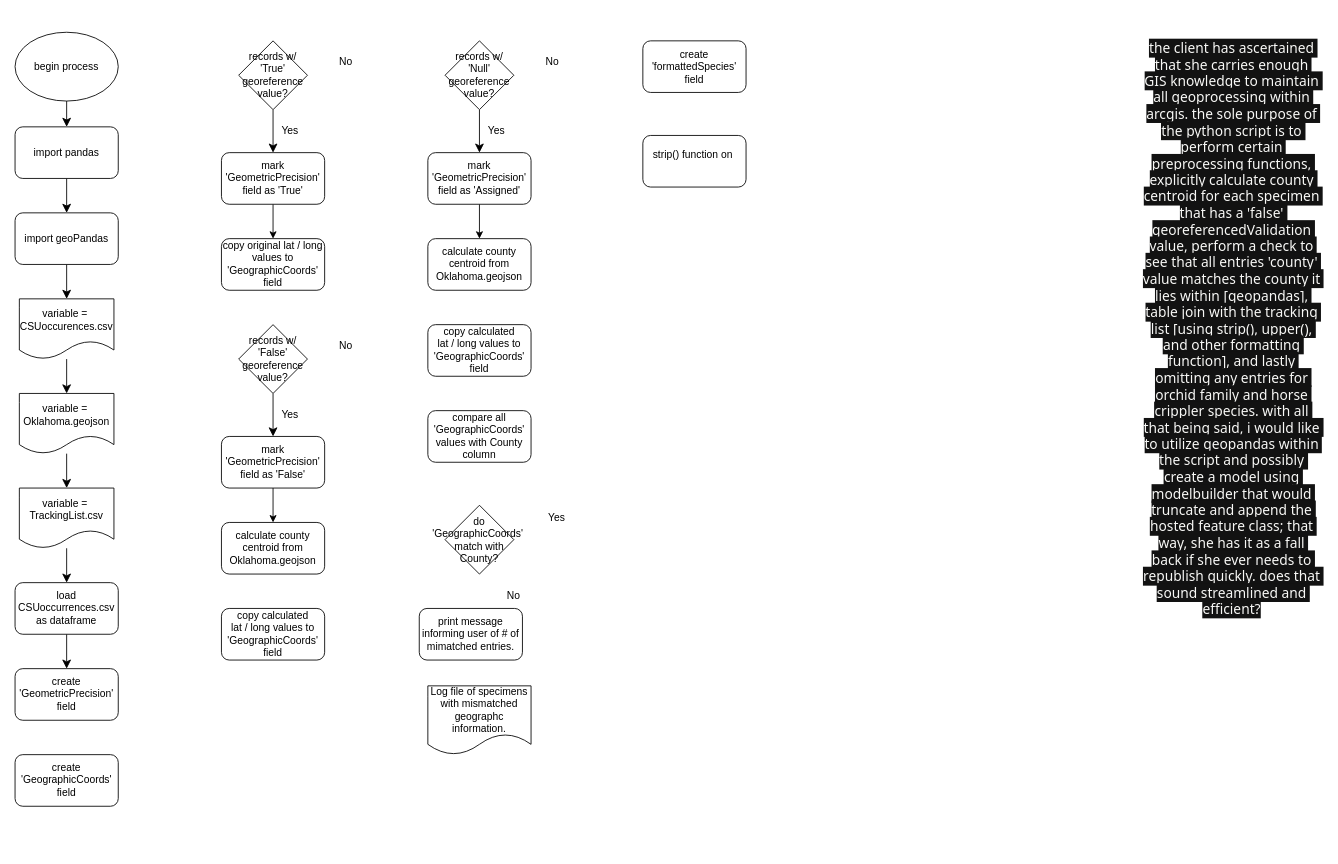
Above: docs/wrightCapstoneFlowchart.drawio in Mwright710788/CapstoneFiles (draw.io), before the change. Source tidied: cells renumbered, new cells numbered last; positions are measured from the earlier drawing's top-left corner, leaving out a move shared by most shapes. Both pictures are drawn from the tidied source at 86%, with x=0, y=0 at pixel (15, 15).
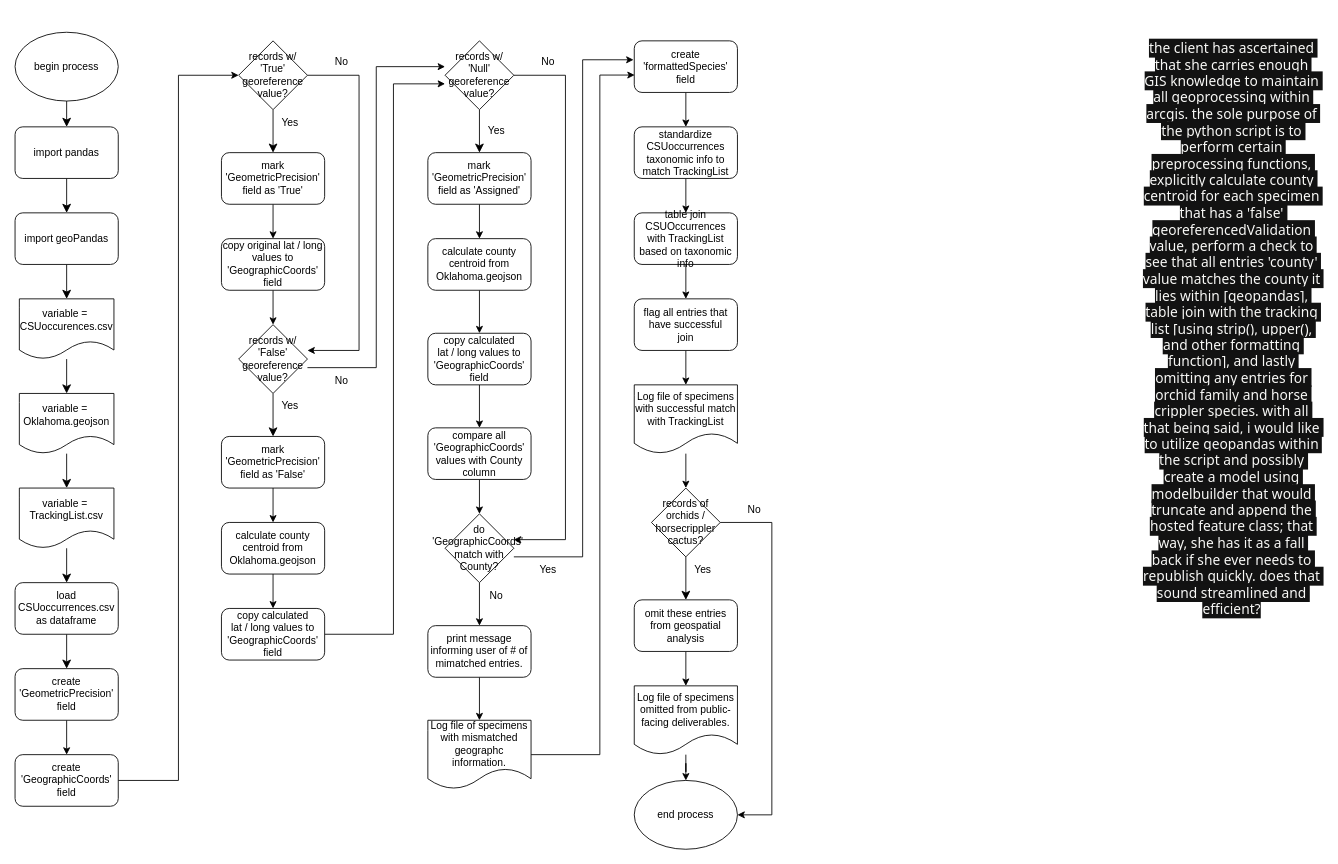
Above is the later version.

The change refers to these unchanged cells:
```xml
<mxCell id="13" value="records w/&lt;div&gt;'True'&lt;/div&gt;&lt;div&gt;georeference&lt;/div&gt;&lt;div&gt;value?&lt;/div&gt;" style="rhombus;whiteSpace=wrap;html=1;" parent="1" vertex="1">
  <mxGeometry x="260" y="30" width="80" height="80" as="geometry" />
</mxCell>
<mxCell id="22" value="create&lt;div&gt;'GeometricPrecision'&lt;/div&gt;&lt;div&gt;field&lt;/div&gt;" style="rounded=1;whiteSpace=wrap;html=1;" parent="1" vertex="1">
  <mxGeometry y="760" width="120" height="60" as="geometry" />
</mxCell>
<mxCell id="23" value="create&lt;div&gt;'GeographicCoords'&lt;/div&gt;&lt;div&gt;field&lt;/div&gt;" style="rounded=1;whiteSpace=wrap;html=1;" parent="1" vertex="1">
  <mxGeometry y="860" width="120" height="60" as="geometry" />
</mxCell>
<mxCell id="24" value="copy original lat / long&lt;div&gt;values to&lt;/div&gt;&lt;div&gt;'GeographicCoords'&lt;/div&gt;&lt;div&gt;field&lt;/div&gt;" style="rounded=1;whiteSpace=wrap;html=1;" parent="1" vertex="1">
  <mxGeometry x="240" y="260" width="120" height="60" as="geometry" />
</mxCell>
<mxCell id="26" value="records w/&lt;div&gt;'False'&lt;/div&gt;&lt;div&gt;georeference&lt;/div&gt;&lt;div&gt;value?&lt;/div&gt;" style="rhombus;whiteSpace=wrap;html=1;" parent="1" vertex="1">
  <mxGeometry x="260" y="360" width="80" height="80" as="geometry" />
</mxCell>
<mxCell id="31" value="calculate county centroid from Oklahoma.geojson" style="rounded=1;whiteSpace=wrap;html=1;" parent="1" vertex="1">
  <mxGeometry x="240" y="590" width="120" height="60" as="geometry" />
</mxCell>
<mxCell id="32" value="copy calculated&lt;div&gt;lat / long&amp;nbsp;&lt;span style=&quot;background-color: transparent; color: light-dark(rgb(0, 0, 0), rgb(255, 255, 255));&quot;&gt;values to&lt;/span&gt;&lt;div&gt;'GeographicCoords'&lt;/div&gt;&lt;div&gt;field&lt;/div&gt;&lt;/div&gt;" style="rounded=1;whiteSpace=wrap;html=1;" parent="1" vertex="1">
  <mxGeometry x="240" y="690" width="120" height="60" as="geometry" />
</mxCell>
<mxCell id="34" value="records w/&lt;div&gt;'Null'&lt;/div&gt;&lt;div&gt;georeference&lt;/div&gt;&lt;div&gt;value?&lt;/div&gt;" style="rhombus;whiteSpace=wrap;html=1;" parent="1" vertex="1">
  <mxGeometry x="500" y="30" width="80" height="80" as="geometry" />
</mxCell>
<mxCell id="39" value="calculate county centroid from Oklahoma.geojson" style="rounded=1;whiteSpace=wrap;html=1;" parent="1" vertex="1">
  <mxGeometry x="480" y="260" width="120" height="60" as="geometry" />
</mxCell>
```

The edit, as a diff of the source:
```diff
@@
+    <mxCell id="50" style="edgeStyle=orthogonalEdgeStyle;rounded=0;jettySize=auto;html=1;exitX=1;exitY=0.5;exitDx=0;exitDy=0;" parent="1" edge="1" source="13">
+      <mxGeometry relative="1" as="geometry">
+        <mxPoint x="340" y="390" as="targetPoint" />
+        <Array as="points">
+          <mxPoint x="400" y="70" />
+          <mxPoint x="400" y="390" />
+        </Array>
+      </mxGeometry>
+    </mxCell>
@@
     <mxCell id="16" value="No" style="text;html=1;whiteSpace=wrap;strokeColor=none;fillColor=none;align=center;verticalAlign=middle;rounded=0;" parent="1" vertex="1">
-      <mxGeometry x="355" y="40" width="60" height="30" as="geometry" />
+      <mxGeometry x="350" y="40" width="60" height="30" as="geometry" />
     </mxCell>
     <mxCell id="17" value="Yes" style="text;html=1;whiteSpace=wrap;strokeColor=none;fillColor=none;align=center;verticalAlign=middle;rounded=0;" parent="1" vertex="1">
-      <mxGeometry x="290" y="120" width="60" height="30" as="geometry" />
+      <mxGeometry x="290" y="110" width="60" height="30" as="geometry" />
     </mxCell>
@@
+    <mxCell id="51" style="edgeStyle=orthogonalEdgeStyle;rounded=0;jettySize=auto;html=1;exitX=0.5;exitY=1;exitDx=0;exitDy=0;entryX=0.5;entryY=0;entryDx=0;entryDy=0;" parent="1" edge="1" source="22" target="23">
+      <mxGeometry relative="1" as="geometry" />
+    </mxCell>
@@
+    <mxCell id="52" style="edgeStyle=orthogonalEdgeStyle;rounded=0;jettySize=auto;html=1;exitX=1;exitY=0.5;exitDx=0;exitDy=0;entryX=0;entryY=0.5;entryDx=0;entryDy=0;" parent="1" edge="1" source="23" target="13">
+      <mxGeometry relative="1" as="geometry" />
+    </mxCell>
@@
+    <mxCell id="53" style="edgeStyle=orthogonalEdgeStyle;rounded=0;jettySize=auto;html=1;exitX=0.5;exitY=1;exitDx=0;exitDy=0;entryX=0.5;entryY=0;entryDx=0;entryDy=0;" parent="1" edge="1" source="24" target="26">
+      <mxGeometry relative="1" as="geometry" />
+    </mxCell>
@@
+    <mxCell id="54" style="edgeStyle=orthogonalEdgeStyle;rounded=0;orthogonalLoop=1;jettySize=auto;html=1;" parent="1" edge="1">
+      <mxGeometry relative="1" as="geometry">
+        <mxPoint x="340" y="410" as="sourcePoint" />
+        <mxPoint x="500" y="60" as="targetPoint" />
+        <Array as="points">
+          <mxPoint x="420" y="410" />
+          <mxPoint x="420" y="60" />
+        </Array>
+      </mxGeometry>
+    </mxCell>
@@
     <mxCell id="29" value="No" style="text;html=1;whiteSpace=wrap;strokeColor=none;fillColor=none;align=center;verticalAlign=middle;rounded=0;" parent="1" vertex="1">
-      <mxGeometry x="355" y="370" width="60" height="30" as="geometry" />
+      <mxGeometry x="350" y="410" width="60" height="30" as="geometry" />
     </mxCell>
     <mxCell id="30" value="Yes" style="text;html=1;whiteSpace=wrap;strokeColor=none;fillColor=none;align=center;verticalAlign=middle;rounded=0;" parent="1" vertex="1">
-      <mxGeometry x="290" y="450" width="60" height="30" as="geometry" />
+      <mxGeometry x="290" y="440" width="60" height="30" as="geometry" />
     </mxCell>
+    <mxCell id="55" style="edgeStyle=orthogonalEdgeStyle;rounded=0;jettySize=auto;html=1;exitX=0.5;exitY=1;exitDx=0;exitDy=0;entryX=0.5;entryY=0;entryDx=0;entryDy=0;" parent="1" edge="1" source="31" target="32">
+      <mxGeometry relative="1" as="geometry" />
+    </mxCell>
@@
+    <mxCell id="56" style="edgeStyle=orthogonalEdgeStyle;rounded=0;jettySize=auto;html=1;exitX=1;exitY=0.5;exitDx=0;exitDy=0;" parent="1" edge="1" source="32">
+      <mxGeometry relative="1" as="geometry">
+        <mxPoint x="500" y="80" as="targetPoint" />
+        <Array as="points">
+          <mxPoint x="440" y="720" />
+          <mxPoint x="440" y="80" />
+        </Array>
+      </mxGeometry>
+    </mxCell>
@@
+    <mxCell id="57" style="edgeStyle=orthogonalEdgeStyle;rounded=0;jettySize=auto;html=1;exitX=1;exitY=0.5;exitDx=0;exitDy=0;entryX=1;entryY=0.375;entryDx=0;entryDy=0;entryPerimeter=0;" parent="1" edge="1" source="34" target="43">
+      <mxGeometry relative="1" as="geometry">
+        <Array as="points">
+          <mxPoint x="640" y="70" />
+          <mxPoint x="640" y="610" />
+        </Array>
+      </mxGeometry>
+    </mxCell>
@@
     <mxCell id="37" value="No" style="text;html=1;whiteSpace=wrap;strokeColor=none;fillColor=none;align=center;verticalAlign=middle;rounded=0;" parent="1" vertex="1">
-      <mxGeometry x="595" y="40" width="60" height="30" as="geometry" />
+      <mxGeometry x="590" y="40" width="60" height="30" as="geometry" />
     </mxCell>
@@
+    <mxCell id="58" style="edgeStyle=orthogonalEdgeStyle;rounded=0;jettySize=auto;html=1;exitX=0.5;exitY=1;exitDx=0;exitDy=0;entryX=0.5;entryY=0;entryDx=0;entryDy=0;" parent="1" edge="1" source="39" target="40">
+      <mxGeometry relative="1" as="geometry" />
+    </mxCell>
@@
+    <mxCell id="59" style="edgeStyle=orthogonalEdgeStyle;rounded=0;jettySize=auto;html=1;exitX=0.5;exitY=1;exitDx=0;exitDy=0;entryX=0.5;entryY=0;entryDx=0;entryDy=0;" parent="1" edge="1" source="40" target="42">
+      <mxGeometry relative="1" as="geometry" />
+    </mxCell>
     <mxCell id="40" value="copy calculated&lt;div&gt;lat / long &lt;span style=&quot;background-color: transparent; color: light-dark(rgb(0, 0, 0), rgb(255, 255, 255));&quot;&gt;values to&lt;/span&gt;&lt;div&gt;'GeographicCoords'&lt;/div&gt;&lt;div&gt;field&lt;/div&gt;&lt;/div&gt;" style="rounded=1;whiteSpace=wrap;html=1;" parent="1" vertex="1">
-      <mxGeometry x="480" y="360" width="120" height="60" as="geometry" />
+      <mxGeometry x="480" y="370" width="120" height="60" as="geometry" />
     </mxCell>
@@
+    <mxCell id="60" style="edgeStyle=orthogonalEdgeStyle;rounded=0;jettySize=auto;html=1;exitX=0.5;exitY=1;exitDx=0;exitDy=0;entryX=0.5;entryY=0;entryDx=0;entryDy=0;" parent="1" edge="1" source="42" target="43">
+      <mxGeometry relative="1" as="geometry" />
+    </mxCell>
     <mxCell id="42" value="compare all 'GeographicCoords' values with County column" style="rounded=1;whiteSpace=wrap;html=1;" parent="1" vertex="1">
-      <mxGeometry x="480" y="460" width="120" height="60" as="geometry" />
+      <mxGeometry x="480" y="480" width="120" height="60" as="geometry" />
     </mxCell>
+    <mxCell id="61" style="edgeStyle=orthogonalEdgeStyle;rounded=0;jettySize=auto;html=1;exitX=0.5;exitY=1;exitDx=0;exitDy=0;entryX=0.5;entryY=0;entryDx=0;entryDy=0;" parent="1" edge="1" source="43" target="47">
+      <mxGeometry relative="1" as="geometry" />
+    </mxCell>
     <mxCell id="43" value="do 'GeographicCoords'&amp;nbsp;&lt;div&gt;match with&lt;/div&gt;&lt;div&gt;County?&lt;/div&gt;" style="rhombus;whiteSpace=wrap;html=1;" parent="1" vertex="1">
-      <mxGeometry x="500" y="570" width="80" height="80" as="geometry" />
+      <mxGeometry x="500" y="580" width="80" height="80" as="geometry" />
     </mxCell>
     <mxCell id="44" value="No" style="text;html=1;whiteSpace=wrap;strokeColor=none;fillColor=none;align=center;verticalAlign=middle;rounded=0;" parent="1" vertex="1">
-      <mxGeometry x="550" y="660" width="60" height="30" as="geometry" />
+      <mxGeometry x="530" y="660" width="60" height="30" as="geometry" />
     </mxCell>
     <mxCell id="45" value="Yes" style="text;html=1;whiteSpace=wrap;strokeColor=none;fillColor=none;align=center;verticalAlign=middle;rounded=0;" parent="1" vertex="1">
-      <mxGeometry x="600" y="570" width="60" height="30" as="geometry" />
+      <mxGeometry x="590" y="630" width="60" height="30" as="geometry" />
     </mxCell>
+    <mxCell id="62" style="edgeStyle=orthogonalEdgeStyle;rounded=0;jettySize=auto;html=1;exitX=1;exitY=0.5;exitDx=0;exitDy=0;entryX=0.004;entryY=0.663;entryDx=0;entryDy=0;entryPerimeter=0;" parent="1" edge="1" source="46" target="48">
+      <mxGeometry relative="1" as="geometry">
+        <Array as="points">
+          <mxPoint x="680" y="860" />
+          <mxPoint x="680" y="70" />
+        </Array>
+      </mxGeometry>
+    </mxCell>
     <mxCell id="46" value="Log file of specimens&lt;div&gt;with mismatched&lt;/div&gt;&lt;div&gt;geographc information.&lt;/div&gt;" style="shape=document;whiteSpace=wrap;html=1;boundedLbl=1;" parent="1" vertex="1">
-      <mxGeometry x="480" y="780" width="120" height="80" as="geometry" />
+      <mxGeometry x="480" y="820" width="120" height="80" as="geometry" />
     </mxCell>
+    <mxCell id="63" style="edgeStyle=orthogonalEdgeStyle;rounded=0;jettySize=auto;html=1;exitX=0.5;exitY=1;exitDx=0;exitDy=0;entryX=0.5;entryY=0;entryDx=0;entryDy=0;" parent="1" edge="1" source="47" target="46">
+      <mxGeometry relative="1" as="geometry" />
+    </mxCell>
     <mxCell id="47" value="print message informing user of # of mimatched entries." style="rounded=1;whiteSpace=wrap;html=1;" parent="1" vertex="1">
-      <mxGeometry x="470" y="690" width="120" height="60" as="geometry" />
+      <mxGeometry x="480" y="710" width="120" height="60" as="geometry" />
     </mxCell>
+    <mxCell id="64" style="edgeStyle=orthogonalEdgeStyle;rounded=0;jettySize=auto;html=1;exitX=0.5;exitY=1;exitDx=0;exitDy=0;entryX=0.5;entryY=0;entryDx=0;entryDy=0;" parent="1" edge="1" source="48" target="49">
+      <mxGeometry relative="1" as="geometry" />
+    </mxCell>
     <mxCell id="48" value="create&lt;div&gt;'formattedSpecies'&lt;/div&gt;&lt;div&gt;field&lt;/div&gt;" style="rounded=1;whiteSpace=wrap;html=1;" parent="1" vertex="1">
-      <mxGeometry x="730" y="30" width="120" height="60" as="geometry" />
+      <mxGeometry x="720" y="30" width="120" height="60" as="geometry" />
     </mxCell>
+    <mxCell id="65" style="edgeStyle=orthogonalEdgeStyle;rounded=0;jettySize=auto;html=1;exitX=0.5;exitY=1;exitDx=0;exitDy=0;entryX=0.5;entryY=0;entryDx=0;entryDy=0;" parent="1" edge="1" source="49" target="67">
+      <mxGeometry relative="1" as="geometry" />
+    </mxCell>
-    <mxCell id="49" value="strip() function on&amp;nbsp;&lt;div&gt;&lt;br&gt;&lt;/div&gt;" style="rounded=1;whiteSpace=wrap;html=1;" parent="1" vertex="1">
-      <mxGeometry x="730" y="140" width="120" height="60" as="geometry" />
+    <mxCell id="49" value="&lt;div&gt;standardize CSUoccurrences taxonomic info to match TrackingList&lt;/div&gt;" style="rounded=1;whiteSpace=wrap;html=1;" parent="1" vertex="1">
+      <mxGeometry x="720" y="130" width="120" height="60" as="geometry" />
     </mxCell>
+    <mxCell id="66" style="edgeStyle=orthogonalEdgeStyle;rounded=0;jettySize=auto;html=1;exitX=0.5;exitY=1;exitDx=0;exitDy=0;entryX=0.5;entryY=0;entryDx=0;entryDy=0;" parent="1" edge="1" source="67" target="69">
+      <mxGeometry relative="1" as="geometry" />
+    </mxCell>
+    <mxCell id="67" value="&lt;div&gt;table join CSUOccurrences with TrackingList based on taxonomic info&lt;/div&gt;" style="rounded=1;whiteSpace=wrap;html=1;" parent="1" vertex="1">
+      <mxGeometry x="720" y="230" width="120" height="60" as="geometry" />
+    </mxCell>
+    <mxCell id="68" style="edgeStyle=orthogonalEdgeStyle;rounded=0;jettySize=auto;html=1;exitX=0.5;exitY=1;exitDx=0;exitDy=0;entryX=0.5;entryY=0;entryDx=0;entryDy=0;" parent="1" edge="1" source="69" target="71">
+      <mxGeometry relative="1" as="geometry" />
+    </mxCell>
+    <mxCell id="69" value="&lt;div&gt;flag all entries that have successful&lt;/div&gt;&lt;div&gt;join&lt;/div&gt;" style="rounded=1;whiteSpace=wrap;html=1;" parent="1" vertex="1">
+      <mxGeometry x="720" y="330" width="120" height="60" as="geometry" />
+    </mxCell>
+    <mxCell id="70" style="edgeStyle=orthogonalEdgeStyle;rounded=0;jettySize=auto;html=1;entryX=0.5;entryY=0;entryDx=0;entryDy=0;" parent="1" edge="1" source="71" target="74">
+      <mxGeometry relative="1" as="geometry" />
+    </mxCell>
+    <mxCell id="71" value="Log file of specimens&lt;div&gt;with successful match with TrackingList&lt;br&gt;&lt;/div&gt;" style="shape=document;whiteSpace=wrap;html=1;boundedLbl=1;" parent="1" vertex="1">
+      <mxGeometry x="720" y="430" width="120" height="80" as="geometry" />
+    </mxCell>
+    <mxCell id="72" style="edgeStyle=orthogonalEdgeStyle;rounded=0;jettySize=auto;html=1;exitX=0.5;exitY=1;exitDx=0;exitDy=0;entryX=0.5;entryY=0;entryDx=0;entryDy=0;endSize=8;startSize=8;" parent="1" edge="1" source="74" target="76">
+      <mxGeometry relative="1" as="geometry" />
+    </mxCell>
+    <mxCell id="73" style="edgeStyle=orthogonalEdgeStyle;rounded=0;jettySize=auto;html=1;exitX=1;exitY=0.5;exitDx=0;exitDy=0;entryX=1;entryY=0.5;entryDx=0;entryDy=0;" parent="1" edge="1" source="74" target="82">
+      <mxGeometry relative="1" as="geometry">
+        <Array as="points">
+          <mxPoint x="880" y="590" />
+          <mxPoint x="880" y="930" />
+        </Array>
+      </mxGeometry>
+    </mxCell>
+    <mxCell id="74" value="records of orchids / horsecrippler&lt;br&gt;&lt;div&gt;cactus?&lt;/div&gt;" style="rhombus;whiteSpace=wrap;html=1;" parent="1" vertex="1">
+      <mxGeometry x="740" y="550" width="80" height="80" as="geometry" />
+    </mxCell>
+    <mxCell id="75" style="edgeStyle=orthogonalEdgeStyle;rounded=0;jettySize=auto;html=1;exitX=0.5;exitY=1;exitDx=0;exitDy=0;entryX=0.5;entryY=0;entryDx=0;entryDy=0;" parent="1" edge="1" source="76" target="80">
+      <mxGeometry relative="1" as="geometry" />
+    </mxCell>
+    <mxCell id="76" value="omit these entries from geospatial analysis" style="rounded=1;whiteSpace=wrap;html=1;" parent="1" vertex="1">
+      <mxGeometry x="720" y="680" width="120" height="60" as="geometry" />
+    </mxCell>
+    <mxCell id="77" value="No" style="text;html=1;whiteSpace=wrap;strokeColor=none;fillColor=none;align=center;verticalAlign=middle;rounded=0;" parent="1" vertex="1">
+      <mxGeometry x="830" y="560" width="60" height="30" as="geometry" />
+    </mxCell>
+    <mxCell id="78" value="Yes" style="text;html=1;whiteSpace=wrap;strokeColor=none;fillColor=none;align=center;verticalAlign=middle;rounded=0;" parent="1" vertex="1">
+      <mxGeometry x="770" y="630" width="60" height="30" as="geometry" />
+    </mxCell>
+    <mxCell id="79" style="edgeStyle=orthogonalEdgeStyle;rounded=0;jettySize=auto;html=1;entryX=0.5;entryY=0;entryDx=0;entryDy=0;" parent="1" edge="1" source="80" target="82">
+      <mxGeometry relative="1" as="geometry" />
+    </mxCell>
+    <mxCell id="80" value="Log file of specimens&lt;div&gt;omitted from public-facing deliverables.&lt;br&gt;&lt;/div&gt;" style="shape=document;whiteSpace=wrap;html=1;boundedLbl=1;" parent="1" vertex="1">
+      <mxGeometry x="720" y="780" width="120" height="80" as="geometry" />
+    </mxCell>
+    <mxCell id="81" style="edgeStyle=orthogonalEdgeStyle;rounded=0;jettySize=auto;html=1;entryX=-0.007;entryY=0.367;entryDx=0;entryDy=0;entryPerimeter=0;" parent="1" edge="1" target="48">
+      <mxGeometry relative="1" as="geometry">
+        <mxPoint x="580" y="630" as="sourcePoint" />
+        <Array as="points">
+          <mxPoint x="660" y="630" />
+          <mxPoint x="660" y="52" />
+        </Array>
+      </mxGeometry>
+    </mxCell>
+    <mxCell id="82" value="end process" style="ellipse;whiteSpace=wrap;html=1;" parent="1" vertex="1">
+      <mxGeometry x="720" y="890" width="120" height="80" as="geometry" />
+    </mxCell>
```
